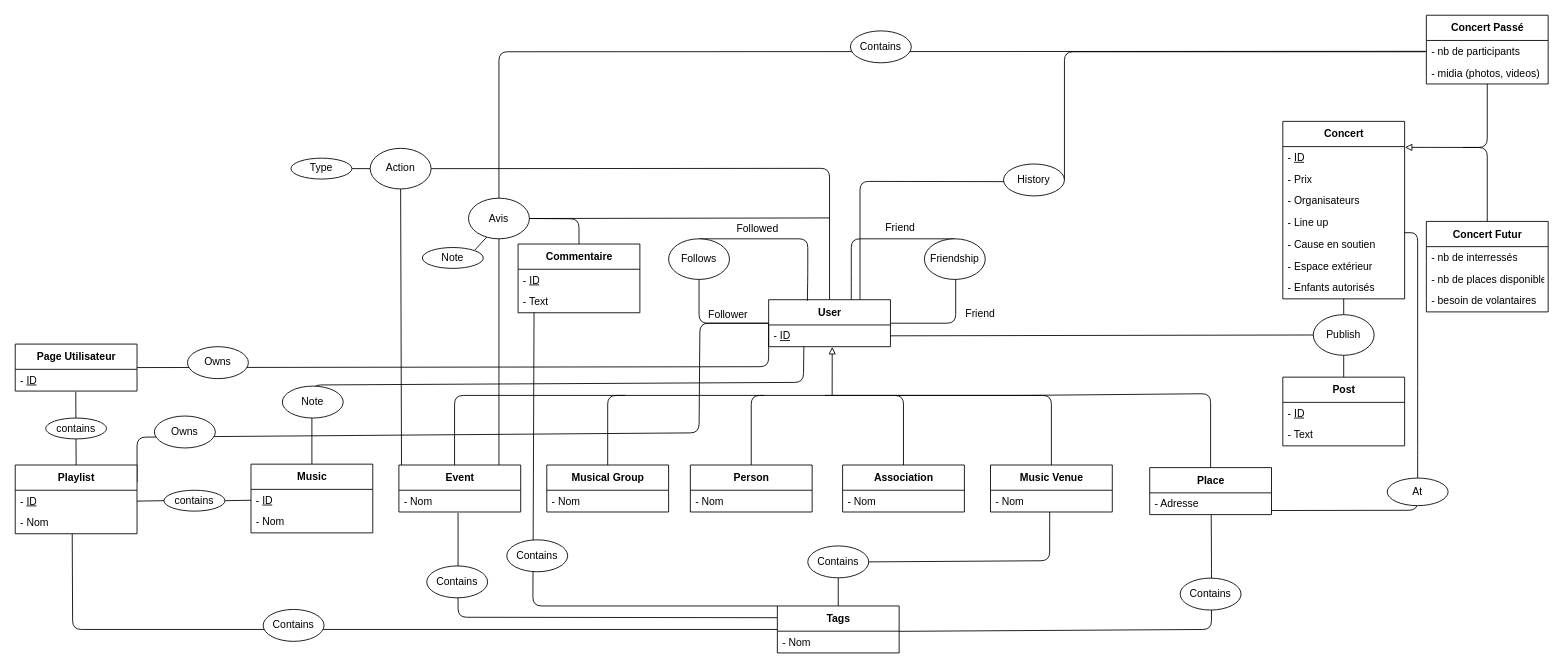
Above: architecture.drawio in parismollo/SoundNetwork (draw.io), before the change. Source tidied: cells renumbered, new cells numbered last; positions are measured from the earlier drawing's top-left corner, leaving out a move shared by most shapes. Both pictures are drawn from the tidied source at 87%, with x=0, y=0 at pixel (15, 15).
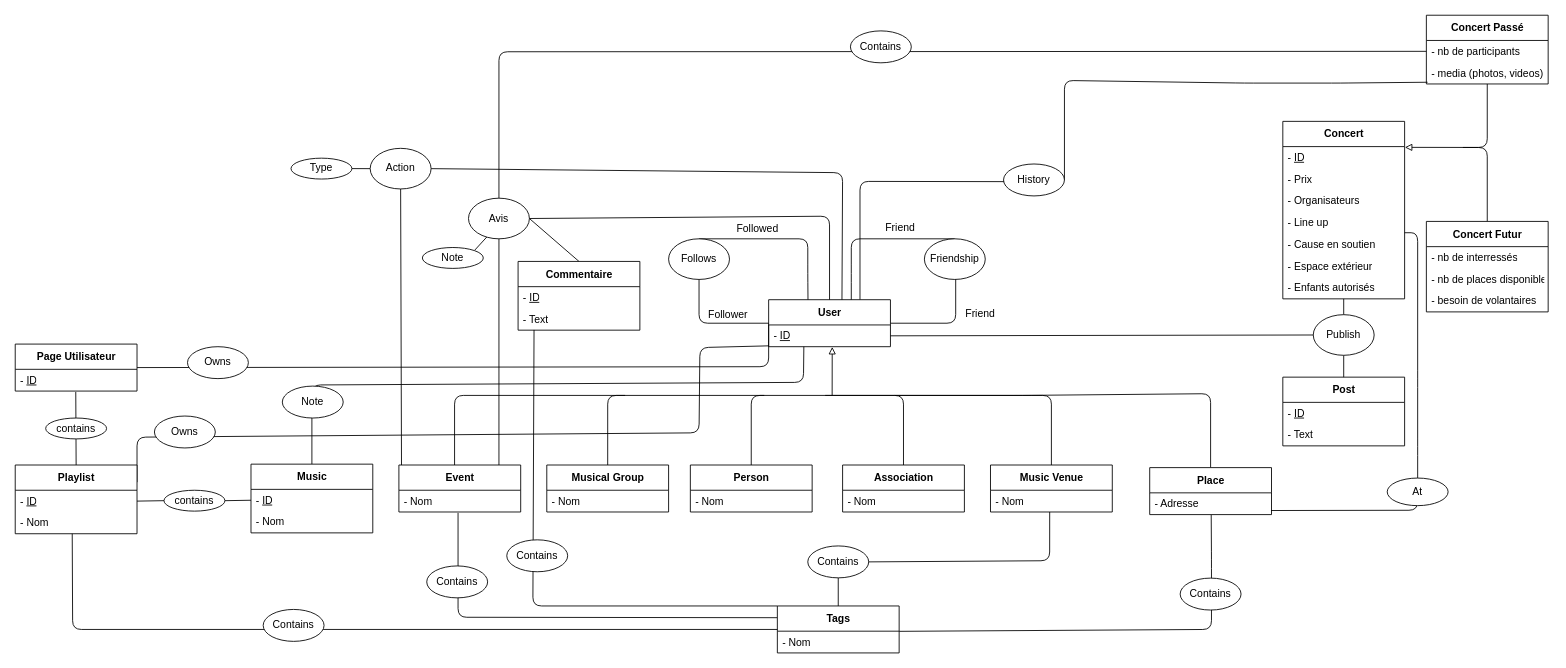
The same diagram, later.

Unchanged cells that the change refers to:
```xml
<mxCell id="7" value="User" style="swimlane;fontStyle=1;align=center;verticalAlign=middle;horizontal=1;startSize=29;html=1;" parent="1" vertex="1">
  <mxGeometry x="866" y="327" width="140" height="54" as="geometry" />
</mxCell>
<mxCell id="8" value="- &lt;u&gt;ID&lt;/u&gt;" style="text;html=1;strokeColor=none;fillColor=none;align=left;verticalAlign=middle;spacingLeft=4;spacingRight=4;overflow=hidden;points=[[0,0.5],[1,0.5]];portConstraint=eastwest;" parent="7" vertex="1">
  <mxGeometry y="29" width="140" height="25" as="geometry" />
</mxCell>
<mxCell id="27" value="Follows" style="ellipse;whiteSpace=wrap;html=1;flipV=0;" parent="1" vertex="1">
  <mxGeometry x="751" y="257" width="70" height="46.7" as="geometry" />
</mxCell>
<mxCell id="46" value="Concert Passé" style="swimlane;fontStyle=1;align=center;verticalAlign=middle;horizontal=1;startSize=29;html=1;" parent="1" vertex="1">
  <mxGeometry x="1622" width="140" height="79" as="geometry" />
</mxCell>
<mxCell id="60" value="Action" style="ellipse;whiteSpace=wrap;html=1;flipV=0;" parent="1" vertex="1">
  <mxGeometry x="408" y="153" width="70" height="46.7" as="geometry" />
</mxCell>
<mxCell id="65" value="Avis" style="ellipse;whiteSpace=wrap;html=1;flipV=0;" parent="1" vertex="1">
  <mxGeometry x="521" y="210.3" width="70" height="46.7" as="geometry" />
</mxCell>
<mxCell id="80" value="Playlist" style="swimlane;fontStyle=1;align=center;verticalAlign=middle;horizontal=1;startSize=29;html=1;" parent="1" vertex="1">
  <mxGeometry y="517" width="140" height="79" as="geometry" />
</mxCell>
<mxCell id="109" value="History" style="ellipse;whiteSpace=wrap;html=1;" parent="1" vertex="1">
  <mxGeometry x="1136" y="171" width="70" height="36.7" as="geometry" />
</mxCell>
```

The edit, as a diff of the source:
```diff
@@
-    <mxCell id="3" style="edgeStyle=none;html=1;exitX=0.5;exitY=0;exitDx=0;exitDy=0;startArrow=none;startFill=0;endArrow=none;endFill=0;entryX=1;entryY=0.5;entryDx=0;entryDy=0;" parent="1" edge="1" source="7" target="60">
+    <mxCell id="3" style="edgeStyle=none;html=1;startArrow=none;startFill=0;endArrow=none;endFill=0;entryX=1;entryY=0.5;entryDx=0;entryDy=0;exitX=0.602;exitY=0.006;exitDx=0;exitDy=0;exitPerimeter=0;" parent="1" edge="1" source="7" target="60">
       <mxGeometry relative="1" as="geometry">
         <Array as="points">
-          <mxPoint x="936" y="176" />
+          <mxPoint x="951" y="181" />
         </Array>
       </mxGeometry>
     </mxCell>
@@
-    <mxCell id="26" style="edgeStyle=none;html=1;exitX=0.5;exitY=0;exitDx=0;exitDy=0;entryX=0.318;entryY=0.019;entryDx=0;entryDy=0;endArrow=none;endFill=0;entryPerimeter=0;" parent="1" edge="1" source="27" target="7">
+    <mxCell id="26" style="edgeStyle=none;html=1;exitX=0.5;exitY=0;exitDx=0;exitDy=0;entryX=0.323;entryY=0;entryDx=0;entryDy=0;endArrow=none;endFill=0;entryPerimeter=0;" parent="1" edge="1" source="27" target="7">
       <mxGeometry relative="1" as="geometry">
         <Array as="points">
           <mxPoint x="911" y="257" />
           <mxPoint x="911" y="297" />
         </Array>
       </mxGeometry>
     </mxCell>
@@
-    <mxCell id="48" value="- midia (photos, videos)" style="text;html=1;strokeColor=none;fillColor=none;align=left;verticalAlign=middle;spacingLeft=4;spacingRight=4;overflow=hidden;points=[[0,0.5],[1,0.5]];portConstraint=eastwest;" parent="46" vertex="1">
+    <mxCell id="48" value="- media (photos, videos)" style="text;html=1;strokeColor=none;fillColor=none;align=left;verticalAlign=middle;spacingLeft=4;spacingRight=4;overflow=hidden;points=[[0,0.5],[1,0.5]];portConstraint=eastwest;" parent="46" vertex="1">
       <mxGeometry y="54" width="140" height="25" as="geometry" />
     </mxCell>
@@
-    <mxCell id="63" style="edgeStyle=none;html=1;exitX=1;exitY=0.5;exitDx=0;exitDy=0;startArrow=none;startFill=0;endArrow=none;endFill=0;" parent="1" edge="1" source="65">
+    <mxCell id="63" style="edgeStyle=none;html=1;exitX=1;exitY=0.5;exitDx=0;exitDy=0;startArrow=none;startFill=0;endArrow=none;endFill=0;entryX=0.5;entryY=0;entryDx=0;entryDy=0;" parent="1" edge="1" source="65" target="7">
       <mxGeometry relative="1" as="geometry">
-        <mxPoint x="936" y="233" as="targetPoint" />
+        <Array as="points">
+          <mxPoint x="936" y="231" />
+        </Array>
       </mxGeometry>
     </mxCell>
@@
     <mxCell id="66" style="edgeStyle=none;html=1;exitX=0.5;exitY=0;exitDx=0;exitDy=0;startArrow=none;startFill=0;endArrow=none;endFill=0;entryX=1;entryY=0.5;entryDx=0;entryDy=0;" parent="1" edge="1" source="70" target="65">
-      <mxGeometry relative="1" as="geometry">
-        <Array as="points">
-          <mxPoint x="648" y="234" />
-        </Array>
-      </mxGeometry>
+      <mxGeometry relative="1" as="geometry" />
     </mxCell>
@@
     <mxCell id="70" value="Commentaire" style="swimlane;fontStyle=1;align=center;verticalAlign=middle;horizontal=1;startSize=29;html=1;" parent="1" vertex="1">
-      <mxGeometry x="578" y="263" width="140" height="79" as="geometry" />
+      <mxGeometry x="578" y="283" width="140" height="79" as="geometry" />
     </mxCell>
@@
-    <mxCell id="79" style="edgeStyle=none;html=1;exitX=1;exitY=0.25;exitDx=0;exitDy=0;entryX=0;entryY=0.5;entryDx=0;entryDy=0;endArrow=none;endFill=0;" parent="1" edge="1" source="80" target="7">
+    <mxCell id="79" style="edgeStyle=none;html=1;exitX=1;exitY=0.25;exitDx=0;exitDy=0;entryX=0.002;entryY=0.961;entryDx=0;entryDy=0;endArrow=none;endFill=0;entryPerimeter=0;" parent="1" edge="1" source="80" target="8">
       <mxGeometry relative="1" as="geometry">
         <Array as="points">
           <mxPoint x="140" y="485" />
           <mxPoint x="786" y="480" />
-          <mxPoint x="787" y="354" />
+          <mxPoint x="787" y="382" />
         </Array>
       </mxGeometry>
     </mxCell>
@@
-    <mxCell id="108" style="edgeStyle=none;html=1;exitX=1;exitY=0.5;exitDx=0;exitDy=0;endArrow=none;endFill=0;" parent="1" edge="1" source="109">
+    <mxCell id="108" style="edgeStyle=none;html=1;exitX=1;exitY=0.5;exitDx=0;exitDy=0;endArrow=none;endFill=0;entryX=0.01;entryY=0.921;entryDx=0;entryDy=0;entryPerimeter=0;" parent="1" edge="1" source="109" target="48">
       <mxGeometry relative="1" as="geometry">
-        <mxPoint x="1621" y="42" as="targetPoint" />
         <Array as="points">
-          <mxPoint x="1206" y="42" />
+          <mxPoint x="1206" y="75" />
+          <mxPoint x="1413" y="78" />
+          <mxPoint x="1523" y="78" />
         </Array>
       </mxGeometry>
     </mxCell>
```
